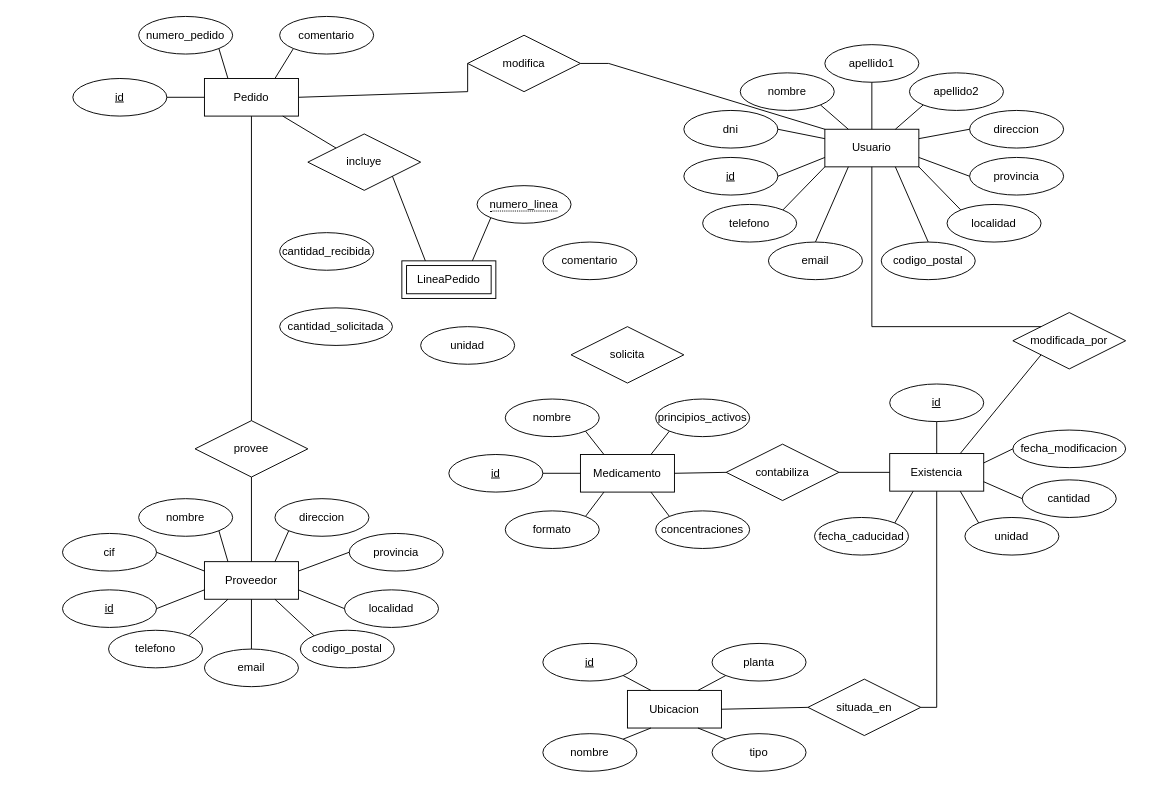
This is Diagrama sin título.drawio from mariopr25/AlmacenMedicamentosER, a draw.io file, before an edit. Source tidied: cells renumbered, new cells numbered last; positions are measured from the earlier drawing's top-left corner, leaving out a move shared by most shapes. Both pictures are drawn from the tidied source at 94%, with x=0, y=0 at pixel (44, 16).
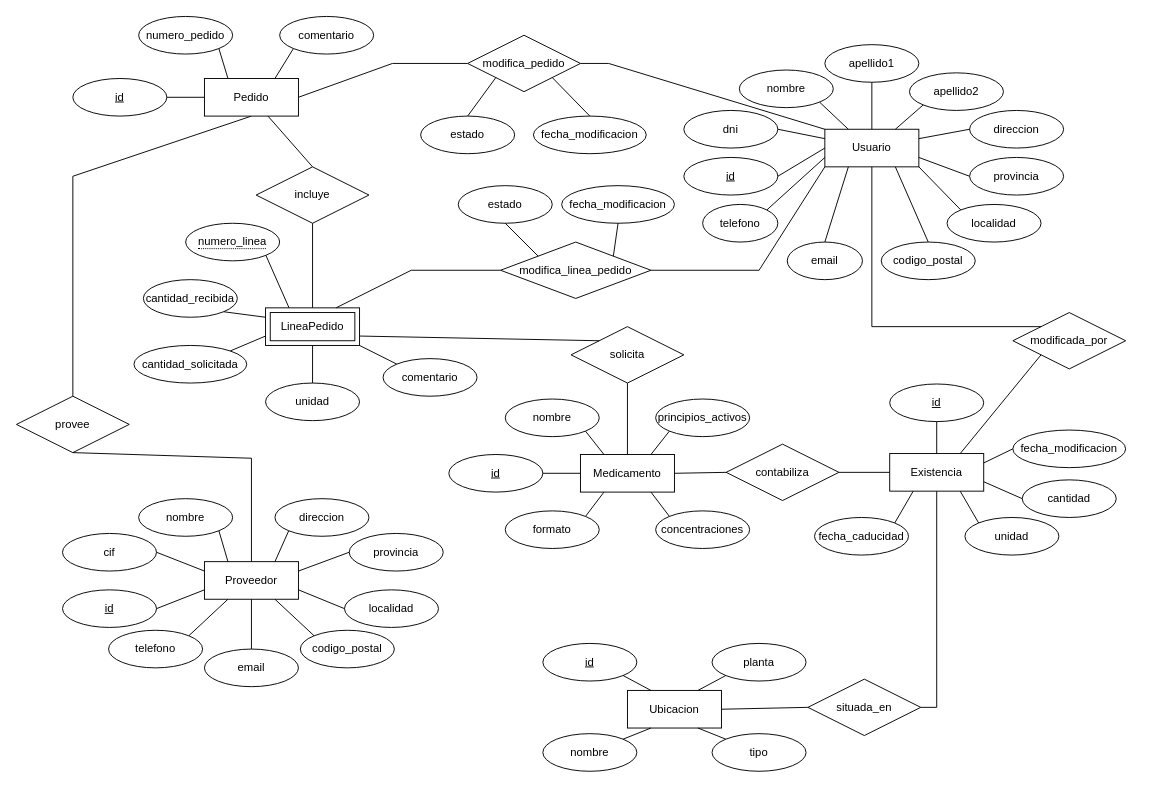
The same diagram, later.

Commit message:
actualizada LineaPedido con sus relaciones

Unchanged cells that the change refers to:
```xml
<mxCell id="3" value="Proveedor" style="whiteSpace=wrap;html=1;align=center;" parent="2" vertex="1">
  <mxGeometry x="170" y="70" width="100" height="40" as="geometry" />
</mxCell>
<mxCell id="23" style="group;" parent="1" vertex="1">
  <mxGeometry x="660" y="30" width="440" height="250" as="geometry" />
</mxCell>
<mxCell id="24" value="&lt;div&gt;Usuario&lt;/div&gt;" style="whiteSpace=wrap;html=1;align=center;" parent="23" vertex="1">
  <mxGeometry x="170" y="90" width="100" height="40" as="geometry" />
</mxCell>
<mxCell id="27" value="id" style="ellipse;whiteSpace=wrap;html=1;align=center;fontStyle=4;" parent="23" vertex="1">
  <mxGeometry x="20" y="120" width="100" height="40" as="geometry" />
</mxCell>
<mxCell id="58" value="Medicamento" style="whiteSpace=wrap;html=1;align=center;" parent="57" vertex="1">
  <mxGeometry x="160" y="62" width="100" height="40" as="geometry" />
</mxCell>
<mxCell id="101" value="Pedido" style="whiteSpace=wrap;html=1;align=center;" parent="96" vertex="1">
  <mxGeometry x="140" y="66" width="100" height="40" as="geometry" />
</mxCell>
<mxCell id="107" value="&lt;div&gt;solicita&lt;/div&gt;" style="shape=rhombus;perimeter=rhombusPerimeter;whiteSpace=wrap;html=1;align=center;" parent="1" vertex="1">
  <mxGeometry x="560" y="330" width="120" height="60" as="geometry" />
</mxCell>
```

What changed in the source:
```diff
@@
     <mxCell id="25" value="&lt;div&gt;nombre&lt;/div&gt;" style="ellipse;whiteSpace=wrap;html=1;align=center;" parent="23" vertex="1">
-      <mxGeometry x="80" y="30" width="100" height="40" as="geometry" />
+      <mxGeometry x="79" y="27" width="100" height="40" as="geometry" />
     </mxCell>
@@
     <mxCell id="34" value="email" style="ellipse;whiteSpace=wrap;html=1;align=center;" parent="23" vertex="1">
-      <mxGeometry x="110" y="210" width="100" height="40" as="geometry" />
+      <mxGeometry x="130" y="210" width="80" height="40" as="geometry" />
     </mxCell>
     <mxCell id="35" value="telefono" style="ellipse;whiteSpace=wrap;html=1;align=center;" parent="23" vertex="1">
-      <mxGeometry x="40" y="170" width="100" height="40" as="geometry" />
+      <mxGeometry x="40" y="170" width="80" height="40" as="geometry" />
     </mxCell>
-    <mxCell id="36" style="endArrow=none;html=1;rounded=0;exitX=1;exitY=0.5;exitDx=0;exitDy=0;entryX=0;entryY=0.75;entryDx=0;entryDy=0;" parent="23" edge="1" source="27" target="24">
+    <mxCell id="36" style="endArrow=none;html=1;rounded=0;exitX=1;exitY=0.5;exitDx=0;exitDy=0;entryX=0;entryY=0.5;entryDx=0;entryDy=0;" parent="23" edge="1" source="27" target="24">
       <mxGeometry relative="1" as="geometry" />
     </mxCell>
@@
-    <mxCell id="43" style="endArrow=none;html=1;rounded=0;exitX=1;exitY=0;exitDx=0;exitDy=0;entryX=0;entryY=1;entryDx=0;entryDy=0;" parent="23" edge="1" source="35" target="24">
+    <mxCell id="43" style="endArrow=none;html=1;rounded=0;exitX=1;exitY=0;exitDx=0;exitDy=0;entryX=0;entryY=0.75;entryDx=0;entryDy=0;" parent="23" edge="1" source="35" target="24">
       <mxGeometry relative="1" as="geometry" />
     </mxCell>
@@
     <mxCell id="90" value="provee" style="shape=rhombus;perimeter=rhombusPerimeter;whiteSpace=wrap;html=1;align=center;" parent="1" vertex="1">
-      <mxGeometry x="160" y="430" width="120" height="60" as="geometry" />
+      <mxGeometry x="-30" y="404" width="120" height="60" as="geometry" />
     </mxCell>
     <mxCell id="91" style="endArrow=none;html=1;rounded=0;exitX=0.5;exitY=1;exitDx=0;exitDy=0;entryX=0.5;entryY=0;entryDx=0;entryDy=0;" parent="1" edge="1" source="101" target="90">
-      <mxGeometry relative="1" as="geometry" />
+      <mxGeometry relative="1" as="geometry">
+        <Array as="points">
+          <mxPoint x="30" y="170" />
+        </Array>
+      </mxGeometry>
     </mxCell>
     <mxCell id="92" style="endArrow=none;html=1;rounded=0;exitX=0.5;exitY=0;exitDx=0;exitDy=0;entryX=0.5;entryY=1;entryDx=0;entryDy=0;" parent="1" edge="1" source="3" target="90">
-      <mxGeometry relative="1" as="geometry" />
+      <mxGeometry relative="1" as="geometry">
+        <Array as="points">
+          <mxPoint x="220" y="470" />
+        </Array>
+      </mxGeometry>
     </mxCell>
-    <mxCell id="93" value="modifica" style="shape=rhombus;perimeter=rhombusPerimeter;whiteSpace=wrap;html=1;align=center;" parent="1" vertex="1">
+    <mxCell id="93" value="modifica_pedido" style="shape=rhombus;perimeter=rhombusPerimeter;whiteSpace=wrap;html=1;align=center;" parent="1" vertex="1">
       <mxGeometry x="450" y="20" width="120" height="60" as="geometry" />
     </mxCell>
@@
     <mxCell id="95" style="endArrow=none;html=1;rounded=0;entryX=0;entryY=0.5;entryDx=0;entryDy=0;exitX=1;exitY=0.5;exitDx=0;exitDy=0;" parent="1" edge="1" source="101" target="93">
       <mxGeometry relative="1" as="geometry">
         <Array as="points">
-          <mxPoint x="450" y="80" />
+          <mxPoint x="370" y="50" />
         </Array>
       </mxGeometry>
     </mxCell>
@@
-    <mxCell id="104" value="LineaPedido" style="shape=ext;margin=3;double=1;whiteSpace=wrap;html=1;align=center;" parent="1" vertex="1">
-      <mxGeometry x="380" y="260" width="100" height="40" as="geometry" />
-    </mxCell>
-    <mxCell id="105" value="&lt;span style=&quot;border-bottom: 1px dotted&quot;&gt;numero_linea&lt;br&gt;&lt;/span&gt;" style="ellipse;whiteSpace=wrap;html=1;align=center;" parent="1" vertex="1">
-      <mxGeometry x="460" y="180" width="100" height="40" as="geometry" />
-    </mxCell>
     <mxCell id="106" value="incluye" style="shape=rhombus;perimeter=rhombusPerimeter;whiteSpace=wrap;html=1;align=center;" parent="1" vertex="1">
-      <mxGeometry x="280" y="125" width="120" height="60" as="geometry" />
+      <mxGeometry x="225" y="160" width="120" height="60" as="geometry" />
     </mxCell>
@@
-    <mxCell id="108" style="endArrow=none;html=1;rounded=0;exitX=0;exitY=0;exitDx=0;exitDy=0;" parent="1" edge="1" source="106" target="101">
+    <mxCell id="108" style="endArrow=none;html=1;rounded=0;exitX=0.5;exitY=0;exitDx=0;exitDy=0;" parent="1" edge="1" source="106" target="101">
       <mxGeometry relative="1" as="geometry" />
     </mxCell>
-    <mxCell id="109" style="endArrow=none;html=1;rounded=0;exitX=1;exitY=1;exitDx=0;exitDy=0;entryX=0.25;entryY=0;entryDx=0;entryDy=0;" parent="1" edge="1" source="106" target="104">
+    <mxCell id="109" style="endArrow=none;html=1;rounded=0;exitX=0.5;exitY=1;exitDx=0;exitDy=0;entryX=0.5;entryY=0;entryDx=0;entryDy=0;" parent="1" edge="1" source="106" target="104">
       <mxGeometry relative="1" as="geometry" />
     </mxCell>
-    <mxCell id="110" style="endArrow=none;html=1;rounded=0;exitX=0.75;exitY=0;exitDx=0;exitDy=0;entryX=0;entryY=1;entryDx=0;entryDy=0;" parent="1" edge="1" source="104" target="105">
-      <mxGeometry relative="1" as="geometry" />
-    </mxCell>
+    <mxCell id="115" style="endArrow=none;html=1;rounded=0;exitX=1;exitY=0.75;exitDx=0;exitDy=0;entryX=0;entryY=0;entryDx=0;entryDy=0;" parent="1" edge="1" source="104" target="107">
+      <mxGeometry relative="1" as="geometry" />
+    </mxCell>
+    <mxCell id="116" style="endArrow=none;html=1;rounded=0;entryX=0.5;entryY=0;entryDx=0;entryDy=0;exitX=0.5;exitY=1;exitDx=0;exitDy=0;" parent="1" edge="1" source="107" target="58">
+      <mxGeometry relative="1" as="geometry" />
+    </mxCell>
+    <mxCell id="117" value="modifica_linea_pedido" style="shape=rhombus;perimeter=rhombusPerimeter;whiteSpace=wrap;html=1;align=center;" parent="1" vertex="1">
+      <mxGeometry x="485" y="240" width="160" height="60" as="geometry" />
+    </mxCell>
+    <mxCell id="118" style="group;" parent="1" vertex="1">
+      <mxGeometry x="95" y="230" width="390" height="200" as="geometry" />
+    </mxCell>
+    <mxCell id="104" value="LineaPedido" style="shape=ext;margin=3;double=1;whiteSpace=wrap;html=1;align=center;" parent="118" vertex="1">
+      <mxGeometry x="140" y="80" width="100" height="40" as="geometry" />
+    </mxCell>
+    <mxCell id="105" value="&lt;span style=&quot;border-bottom: 1px dotted&quot;&gt;numero_linea&lt;br&gt;&lt;/span&gt;" style="ellipse;whiteSpace=wrap;html=1;align=center;" parent="118" vertex="1">
+      <mxGeometry x="55" y="-10" width="100" height="40" as="geometry" />
+    </mxCell>
-    <mxCell id="111" value="cantidad_solicitada" style="ellipse;whiteSpace=wrap;html=1;align=center;" parent="1" vertex="1">
-      <mxGeometry x="250" y="310" width="120" height="40" as="geometry" />
+    <mxCell id="111" value="cantidad_solicitada" style="ellipse;whiteSpace=wrap;html=1;align=center;" parent="118" vertex="1">
+      <mxGeometry y="120" width="120" height="40" as="geometry" />
     </mxCell>
-    <mxCell id="112" value="unidad" style="ellipse;whiteSpace=wrap;html=1;align=center;" parent="1" vertex="1">
-      <mxGeometry x="400" y="330" width="100" height="40" as="geometry" />
+    <mxCell id="112" value="unidad" style="ellipse;whiteSpace=wrap;html=1;align=center;" parent="118" vertex="1">
+      <mxGeometry x="140" y="160" width="100" height="40" as="geometry" />
     </mxCell>
-    <mxCell id="113" value="comentario" style="ellipse;whiteSpace=wrap;html=1;align=center;" parent="1" vertex="1">
-      <mxGeometry x="530" y="240" width="100" height="40" as="geometry" />
+    <mxCell id="113" value="comentario" style="ellipse;whiteSpace=wrap;html=1;align=center;" parent="118" vertex="1">
+      <mxGeometry x="265" y="134" width="100" height="40" as="geometry" />
     </mxCell>
-    <mxCell id="114" value="cantidad_recibida" style="ellipse;whiteSpace=wrap;html=1;align=center;" parent="1" vertex="1">
-      <mxGeometry x="250" y="230" width="100" height="40" as="geometry" />
+    <mxCell id="114" value="cantidad_recibida" style="ellipse;whiteSpace=wrap;html=1;align=center;" parent="118" vertex="1">
+      <mxGeometry x="10" y="50" width="100" height="40" as="geometry" />
     </mxCell>
+    <mxCell id="119" style="endArrow=none;html=1;rounded=0;exitX=1;exitY=1;exitDx=0;exitDy=0;entryX=0;entryY=0.25;entryDx=0;entryDy=0;" parent="118" edge="1" source="114" target="104">
+      <mxGeometry relative="1" as="geometry" />
+    </mxCell>
+    <mxCell id="120" style="endArrow=none;html=1;rounded=0;exitX=1;exitY=0;exitDx=0;exitDy=0;entryX=0;entryY=0.75;entryDx=0;entryDy=0;" parent="118" edge="1" source="111" target="104">
+      <mxGeometry relative="1" as="geometry" />
+    </mxCell>
+    <mxCell id="121" style="endArrow=none;html=1;rounded=0;exitX=1;exitY=1;exitDx=0;exitDy=0;entryX=0;entryY=0;entryDx=0;entryDy=0;" parent="118" edge="1" source="104" target="113">
+      <mxGeometry relative="1" as="geometry" />
+    </mxCell>
+    <mxCell id="122" style="endArrow=none;html=1;rounded=0;entryX=0.5;entryY=1;entryDx=0;entryDy=0;" parent="118" edge="1" source="112" target="104">
+      <mxGeometry relative="1" as="geometry" />
+    </mxCell>
+    <mxCell id="110" style="endArrow=none;html=1;rounded=0;exitX=0.25;exitY=0;exitDx=0;exitDy=0;entryX=1;entryY=1;entryDx=0;entryDy=0;" parent="118" edge="1" source="104" target="105">
+      <mxGeometry relative="1" as="geometry" />
+    </mxCell>
+    <mxCell id="123" value="fecha_modificacion" style="ellipse;whiteSpace=wrap;html=1;align=center;" parent="1" vertex="1">
+      <mxGeometry x="520" y="106" width="120" height="40" as="geometry" />
+    </mxCell>
+    <mxCell id="124" style="endArrow=none;html=1;rounded=0;entryX=1;entryY=1;entryDx=0;entryDy=0;exitX=0.5;exitY=0;exitDx=0;exitDy=0;" parent="1" edge="1" source="123" target="93">
+      <mxGeometry relative="1" as="geometry" />
+    </mxCell>
+    <mxCell id="125" style="endArrow=none;html=1;rounded=0;entryX=0.75;entryY=0;entryDx=0;entryDy=0;exitX=0;exitY=0.5;exitDx=0;exitDy=0;" parent="1" edge="1" source="117" target="104">
+      <mxGeometry relative="1" as="geometry">
+        <Array as="points">
+          <mxPoint x="390" y="270" />
+        </Array>
+      </mxGeometry>
+    </mxCell>
+    <mxCell id="126" style="endArrow=none;html=1;rounded=0;entryX=0;entryY=1;entryDx=0;entryDy=0;exitX=1;exitY=0.5;exitDx=0;exitDy=0;" parent="1" edge="1" source="117" target="24">
+      <mxGeometry relative="1" as="geometry">
+        <Array as="points">
+          <mxPoint x="760" y="270" />
+        </Array>
+      </mxGeometry>
+    </mxCell>
+    <mxCell id="127" value="fecha_modificacion" style="ellipse;whiteSpace=wrap;html=1;align=center;" parent="1" vertex="1">
+      <mxGeometry x="550" y="180" width="120" height="40" as="geometry" />
+    </mxCell>
+    <mxCell id="128" style="endArrow=none;html=1;rounded=0;entryX=1;entryY=0;entryDx=0;entryDy=0;exitX=0.5;exitY=1;exitDx=0;exitDy=0;" parent="1" edge="1" source="127" target="117">
+      <mxGeometry relative="1" as="geometry" />
+    </mxCell>
+    <mxCell id="129" value="estado" style="ellipse;whiteSpace=wrap;html=1;align=center;" parent="1" vertex="1">
+      <mxGeometry x="440" y="180" width="100" height="40" as="geometry" />
+    </mxCell>
+    <mxCell id="130" value="estado" style="ellipse;whiteSpace=wrap;html=1;align=center;" parent="1" vertex="1">
+      <mxGeometry x="400" y="106" width="100" height="40" as="geometry" />
+    </mxCell>
+    <mxCell id="131" style="endArrow=none;html=1;rounded=0;entryX=0;entryY=1;entryDx=0;entryDy=0;exitX=0.5;exitY=0;exitDx=0;exitDy=0;" parent="1" edge="1" source="130" target="93">
+      <mxGeometry relative="1" as="geometry" />
+    </mxCell>
+    <mxCell id="132" style="endArrow=none;html=1;rounded=0;entryX=0.5;entryY=1;entryDx=0;entryDy=0;exitX=0;exitY=0;exitDx=0;exitDy=0;" parent="1" edge="1" source="117" target="129">
+      <mxGeometry relative="1" as="geometry" />
+    </mxCell>
```
